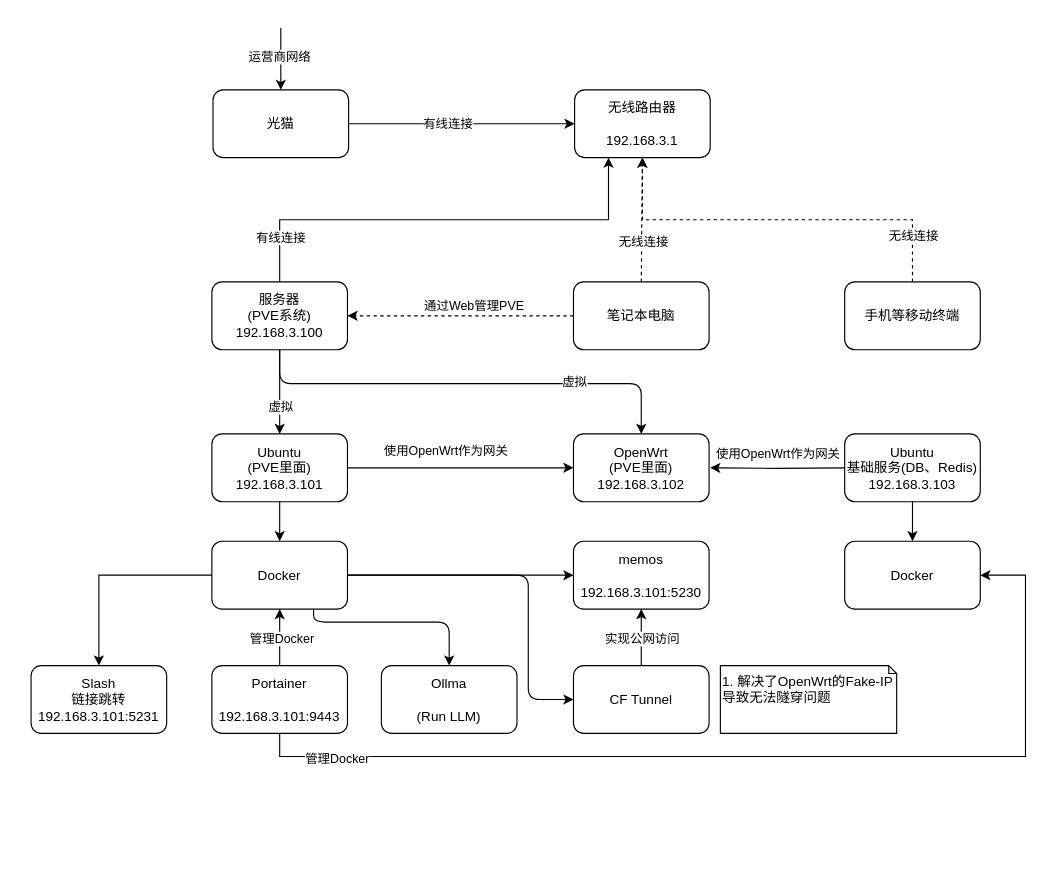
The draw.io diagram page "HomeLab-Arch-Deploy-Details" (77 of 77) of Moatkon.drawio in moatkon/moatkon, before the edit. Source tidied: cells renumbered, new cells numbered last; positions are measured from the earlier drawing's top-left corner, leaving out a move shared by most shapes. Both pictures are drawn from the tidied source at 113%, with x=0, y=0 at pixel (31, 27).
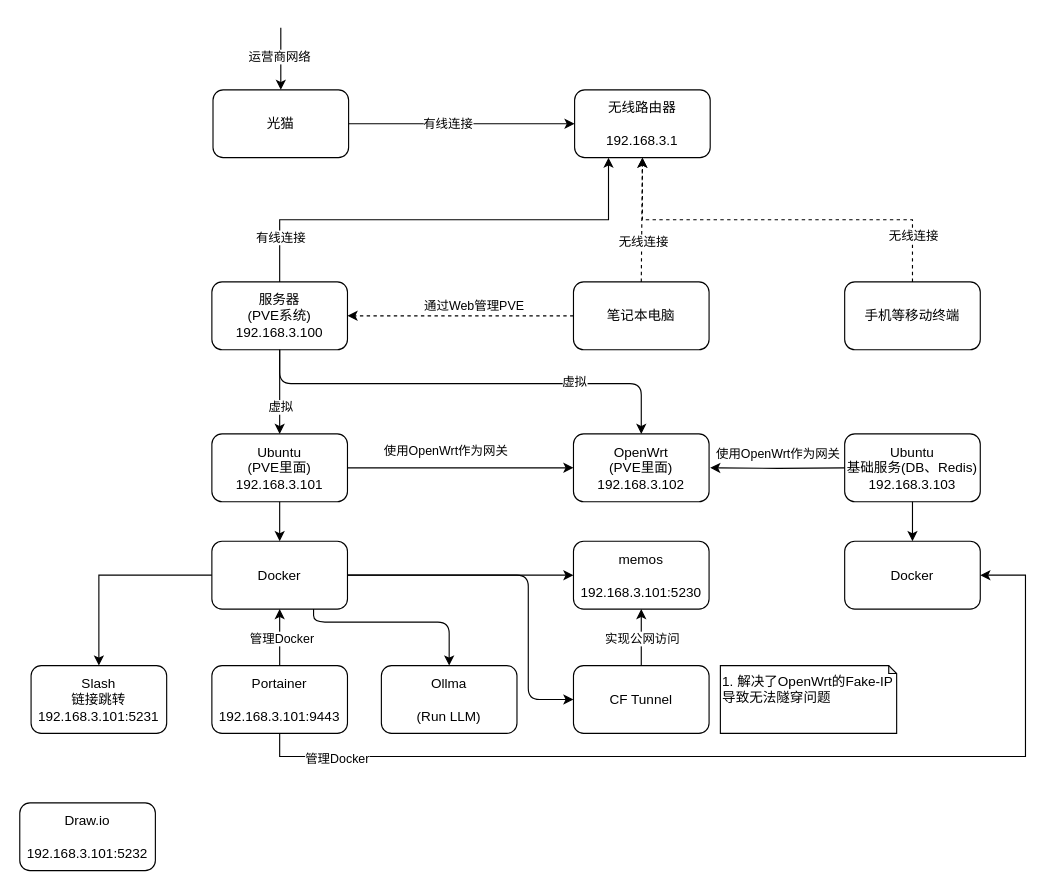
After the change.

The edit, as a diff of the source:
```diff
@@
+    <mxCell id="52" value="Draw.io&lt;br&gt;&lt;br&gt;192.168.3.101:5232" style="rounded=1;whiteSpace=wrap;html=1;fillColor=none;" parent="1" vertex="1">
+      <mxGeometry x="-10" y="686" width="120" height="60" as="geometry" />
+    </mxCell>
```
